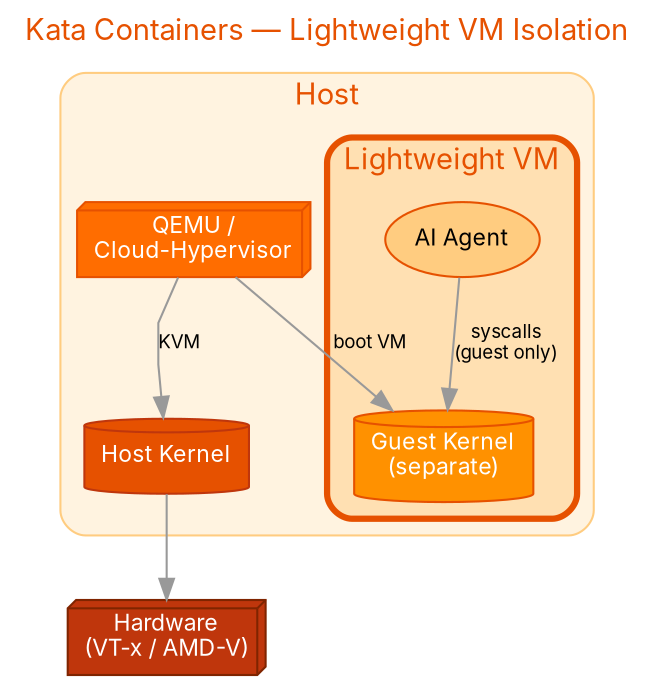
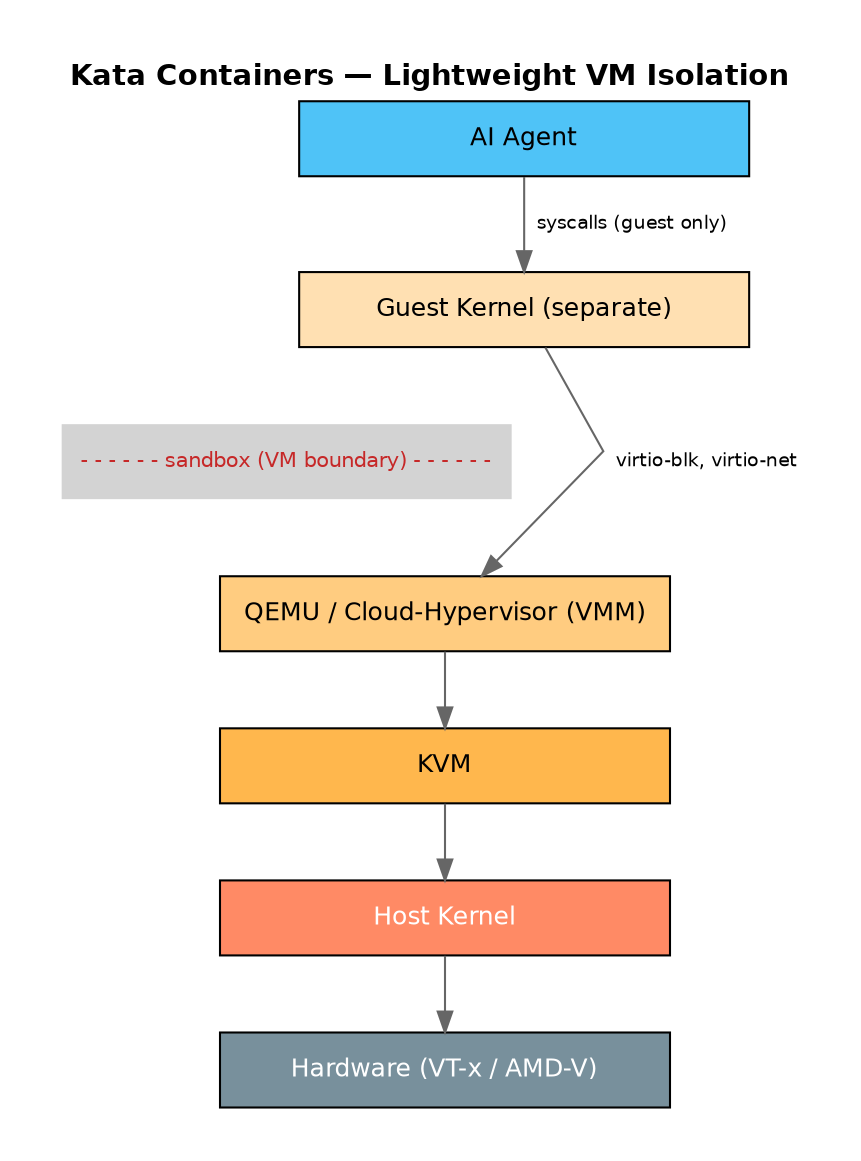
- digraph SandboxKata {
+ digraph Kata {
  rankdir=TB;
-   splines=polyline;
-   nodesep=0.5;
-   ranksep=0.6;
+   splines=false;
+   nodesep=0.3;
+   ranksep=0.5;
  bgcolor="white";
+   margin=0.3;

-   node [shape=box, style="rounded,filled", fontname="Inter,Helvetica,Arial", fontsize=11];
-   edge [fontname="Inter,Helvetica,Arial", fontsize=9, color="#999999"];
+   node [shape=box, style="filled", fontname="Helvetica", fontsize=12, width=3, height=0.5];
+   edge [fontname="Helvetica", fontsize=9, color="#666666"];

  label="Kata Containers — Lightweight VM Isolation";
  labelloc=t;
  fontsize=14;
-   fontname="Inter,Helvetica,Arial";
-   fontcolor="#e65100";
+   fontname="Helvetica-Bold";

-   subgraph cluster_host {
-     label="Host";
-     style="rounded,filled";
-     fillcolor="#fff3e0";
-     color="#ffcc80";
+   agent [label="AI Agent", fillcolor="#4FC3F7"];
+   guest [label="Guest Kernel (separate)", fillcolor="#FFE0B2"];

-     subgraph cluster_vm {
-       label="Lightweight VM";
-       style="rounded,bold,filled";
-       fillcolor="#ffe0b2";
-       color="#e65100";
-       penwidth=3;
+   sb_label [label="- - - - - - sandbox (VM boundary) - - - - - -", shape=plaintext, fontsize=10, fontcolor="#C62828"];

-       guest_kernel [label="Guest Kernel\n(separate)", fillcolor="#ff9100", color="#e65100", shape=cylinder, fontcolor=white];
-       agent [label="AI Agent", fillcolor="#ffcc80", color="#e65100", shape=ellipse];
-     }
+   vmm [label="QEMU / Cloud-Hypervisor (VMM)", fillcolor="#FFCC80"];
+   kvm [label="KVM", fillcolor="#FFB74D"];
+   kernel [label="Host Kernel", fillcolor="#FF8A65", fontcolor=white];
+   hw [label="Hardware (VT-x / AMD-V)", fillcolor="#78909C", fontcolor=white];

-     hypervisor [label="QEMU /\nCloud-Hypervisor", fillcolor="#ff6d00", color="#e65100", shape=box3d, fontcolor=white];
-     host_kernel [label="Host Kernel", fillcolor="#e65100", color="#bf360c", shape=cylinder, fontcolor=white];
-   }
- 
-   hw [label="Hardware\n(VT-x / AMD-V)", fillcolor="#bf360c", fontcolor=white, color="#7f2400", shape=box3d];
- 
-   agent -> guest_kernel [label="syscalls\n(guest only)"];
-   hypervisor -> guest_kernel [label="boot VM"];
-   hypervisor -> host_kernel [label="KVM"];
-   host_kernel -> hw;
+   agent -> guest [label="  syscalls (guest only)"];
+   guest -> sb_label [style=invis];
+   sb_label -> vmm [style=invis];
+   guest -> vmm [label="  virtio-blk, virtio-net"];
+   vmm -> kvm;
+   kvm -> kernel;
+   kernel -> hw;
}
